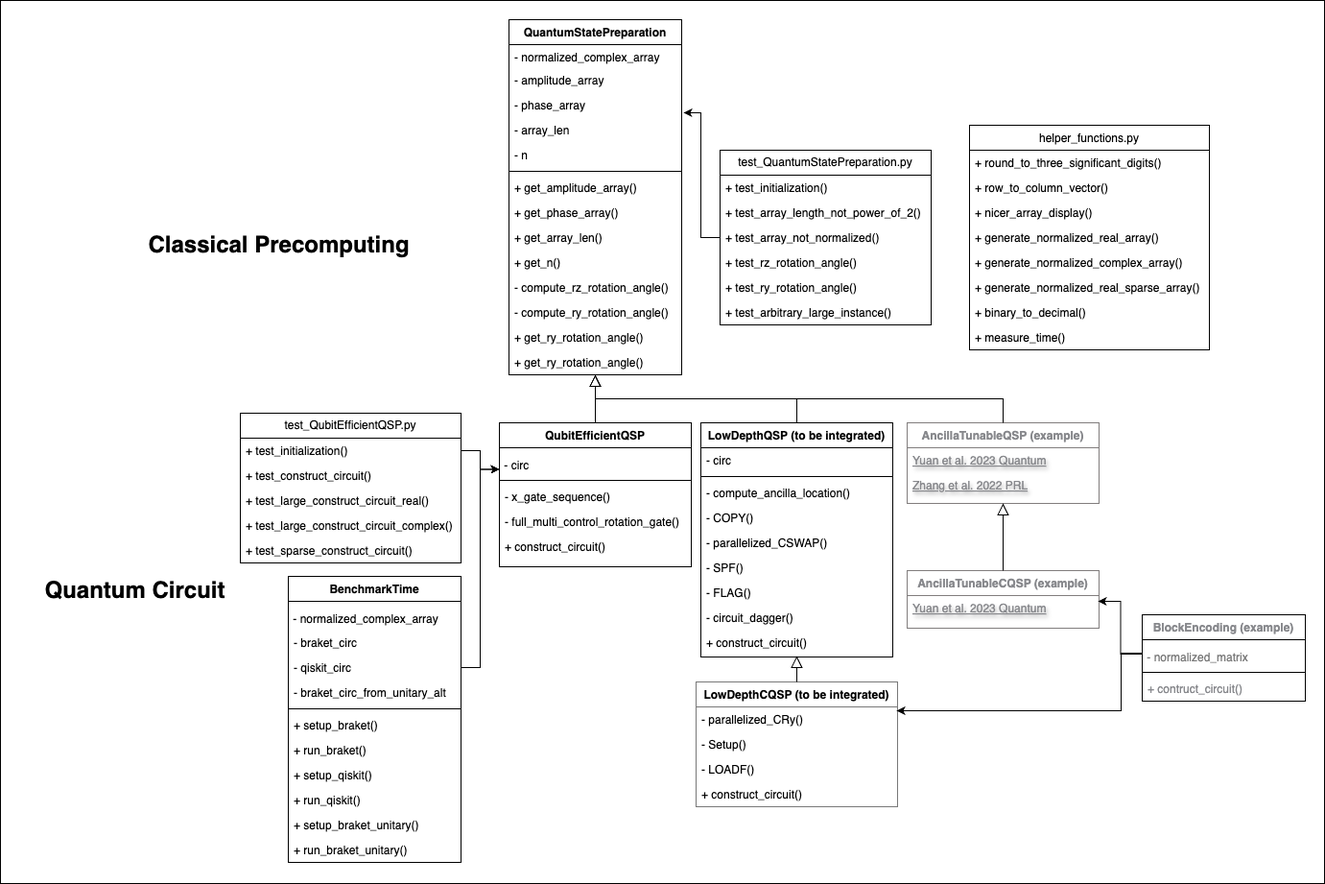
Before: QSP_UML.png, a diagram exported from draw.io (guikaiwen/qubit_efficient_QSP). Source tidied: cells renumbered, new cells last; positions are measured from the earlier drawing's top-left corner, leaving out a move shared by most shapes.
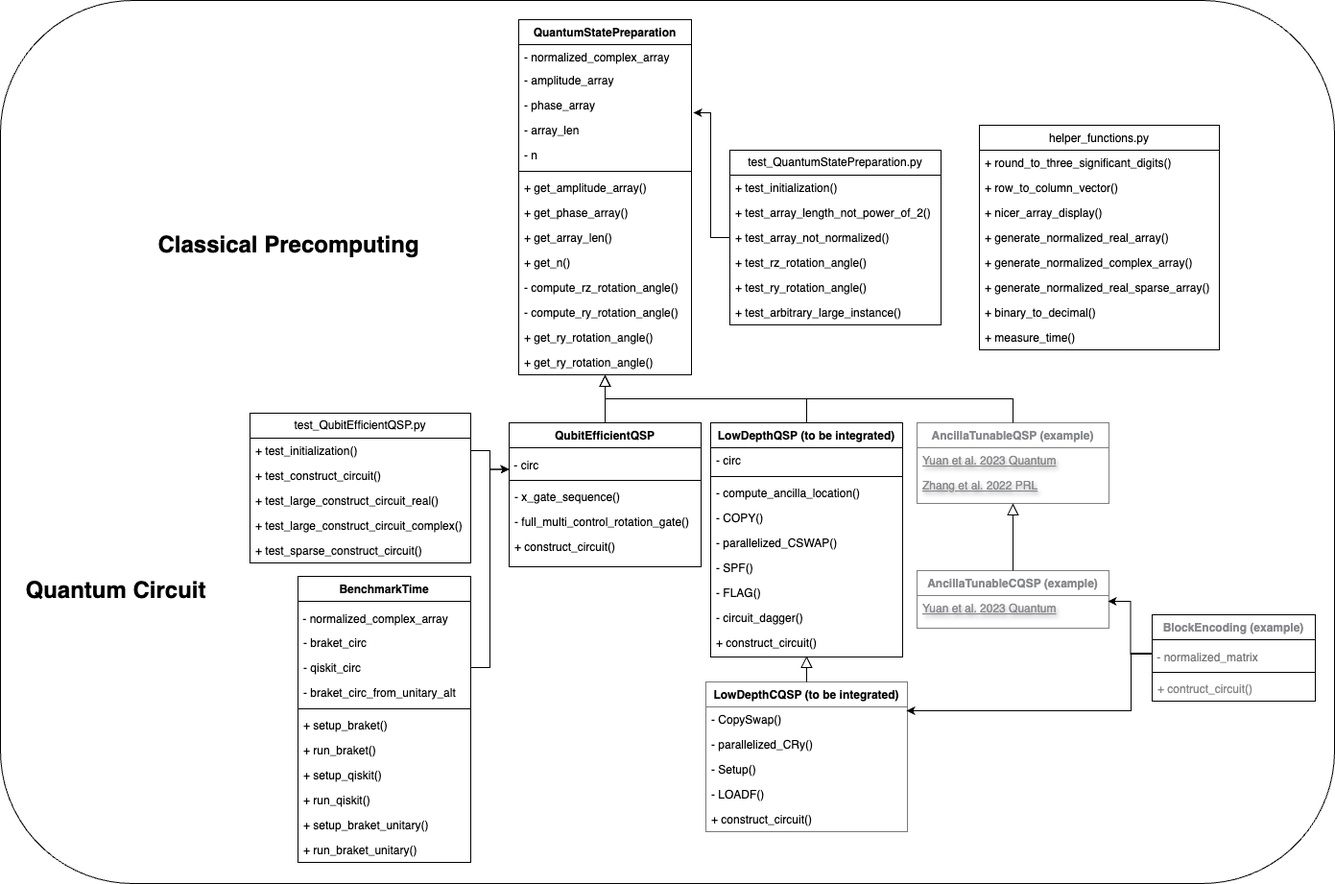
Later version of the same file.

What changed in the source:
```diff
@@ -2,9 +2,9 @@
   <root>
     <mxCell id="0" />
     <mxCell id="1" parent="0" />
-    <mxCell id="2" style="rounded=0;whiteSpace=wrap;html=1;" parent="1" vertex="1">
-      <mxGeometry width="1380" height="920" as="geometry" />
-    </mxCell>
+    <mxCell id="94" style="rounded=1;whiteSpace=wrap;html=1;" parent="1" vertex="1">
+      <mxGeometry x="-10" width="1390" height="920" as="geometry" />
+    </mxCell>
     <mxCell id="3" value="QuantumStatePreparation" style="swimlane;fontStyle=1;align=center;verticalAlign=top;horizontal=1;startSize=26;rounded=0;shadow=0;strokeWidth=1;" parent="1" vertex="1">
       <mxGeometry x="530" y="20" width="180" height="370" as="geometry" />
     </mxCell>
@@ -168,22 +168,25 @@
       <mxGeometry x="140" y="240" width="300" height="30" as="geometry" />
     </mxCell>
     <mxCell id="55" value="Quantum Circuit" style="text;strokeColor=none;fillColor=none;html=1;fontSize=24;fontStyle=1;verticalAlign=middle;align=center;" parent="1" vertex="1">
-      <mxGeometry x="50" y="600" width="180" height="30" as="geometry" />
+      <mxGeometry x="20" y="600" width="180" height="30" as="geometry" />
     </mxCell>
     <mxCell id="56" value="LowDepthCQSP (to be integrated)" style="swimlane;fontStyle=1;align=center;verticalAlign=top;horizontal=1;startSize=26;rounded=0;shadow=0;strokeWidth=1;strokeColor=#787878;fontColor=#000000;" parent="1" vertex="1">
-      <mxGeometry x="725" y="710" width="210" height="130" as="geometry" />
+      <mxGeometry x="725" y="710" width="210" height="156" as="geometry" />
     </mxCell>
+    <mxCell id="95" value="- CopySwap()" style="text;align=left;verticalAlign=top;spacingLeft=4;spacingRight=4;overflow=hidden;fontColor=#000000;" parent="56" vertex="1">
+      <mxGeometry y="26" width="210" height="26" as="geometry" />
+    </mxCell>
     <mxCell id="57" value="- parallelized_CRy()" style="text;align=left;verticalAlign=top;spacingLeft=4;spacingRight=4;overflow=hidden;fontColor=#000000;" parent="56" vertex="1">
-      <mxGeometry y="26" width="210" height="26" as="geometry" />
+      <mxGeometry y="52" width="210" height="26" as="geometry" />
     </mxCell>
     <mxCell id="58" value="- Setup()" style="text;align=left;verticalAlign=top;spacingLeft=4;spacingRight=4;overflow=hidden;fontColor=#000000;" parent="56" vertex="1">
-      <mxGeometry y="52" width="210" height="26" as="geometry" />
+      <mxGeometry y="78" width="210" height="26" as="geometry" />
     </mxCell>
     <mxCell id="59" value="- LOADF()" style="text;align=left;verticalAlign=top;spacingLeft=4;spacingRight=4;overflow=hidden;fontColor=#000000;" parent="56" vertex="1">
-      <mxGeometry y="78" width="210" height="26" as="geometry" />
+      <mxGeometry y="104" width="210" height="26" as="geometry" />
     </mxCell>
     <mxCell id="60" value="+ construct_circuit()" style="text;align=left;verticalAlign=top;spacingLeft=4;spacingRight=4;overflow=hidden;fontColor=#000000;" parent="56" vertex="1">
-      <mxGeometry y="104" width="210" height="26" as="geometry" />
+      <mxGeometry y="130" width="210" height="26" as="geometry" />
     </mxCell>
     <mxCell id="61" style="endArrow=block;endSize=10;endFill=0;shadow=0;strokeWidth=1;rounded=0;curved=0;edgeStyle=elbowEdgeStyle;elbow=vertical;exitX=0.5;exitY=0;exitDx=0;exitDy=0;entryX=0.5;entryY=1.038;entryDx=0;entryDy=0;entryPerimeter=0;" parent="1" edge="1" source="56" target="93">
       <mxGeometry relative="1" as="geometry" />
```
